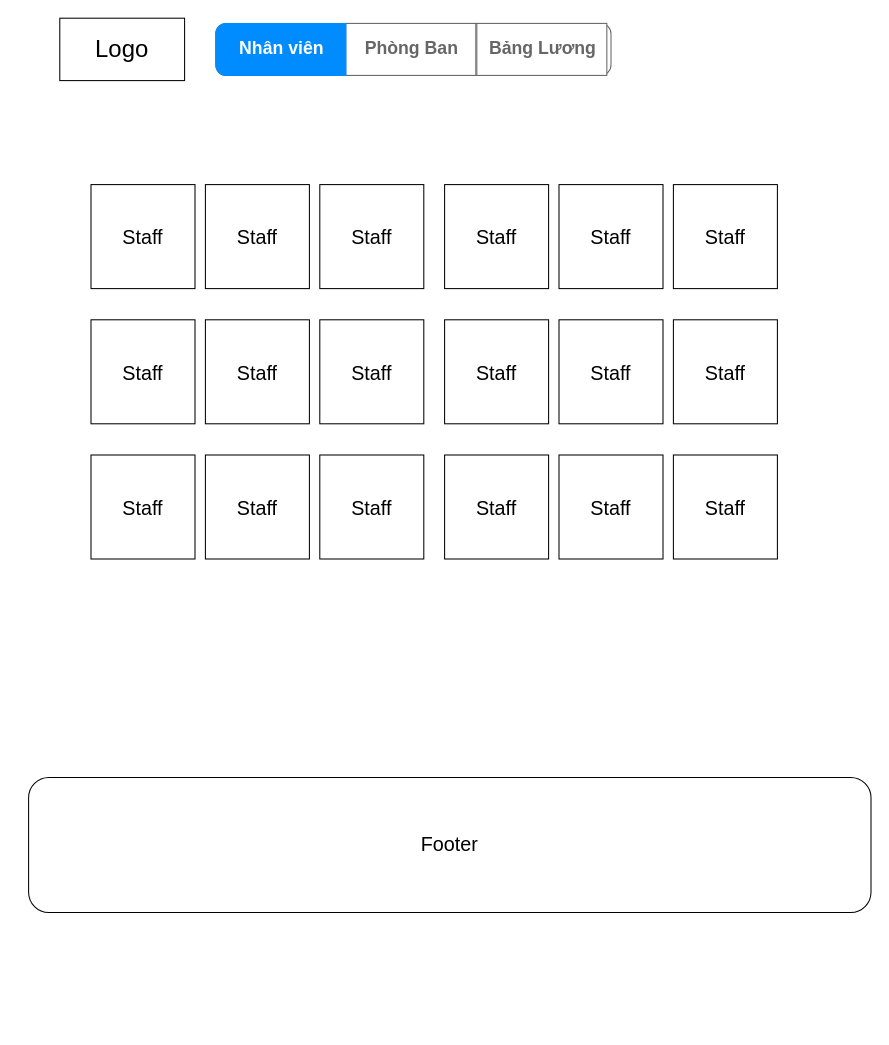
Earlier version of the draw.io diagram page "Trang chủ" (1 of 4) of ASM2.drawio (sonth38/FUNiXReactJSASM). Source tidied: cells renumbered, new cells numbered last; positions are measured from the earlier drawing's top-left corner, leaving out a move shared by most shapes. Both pictures are drawn from the tidied source at 104%, with x=0, y=0 at pixel (28, 18).
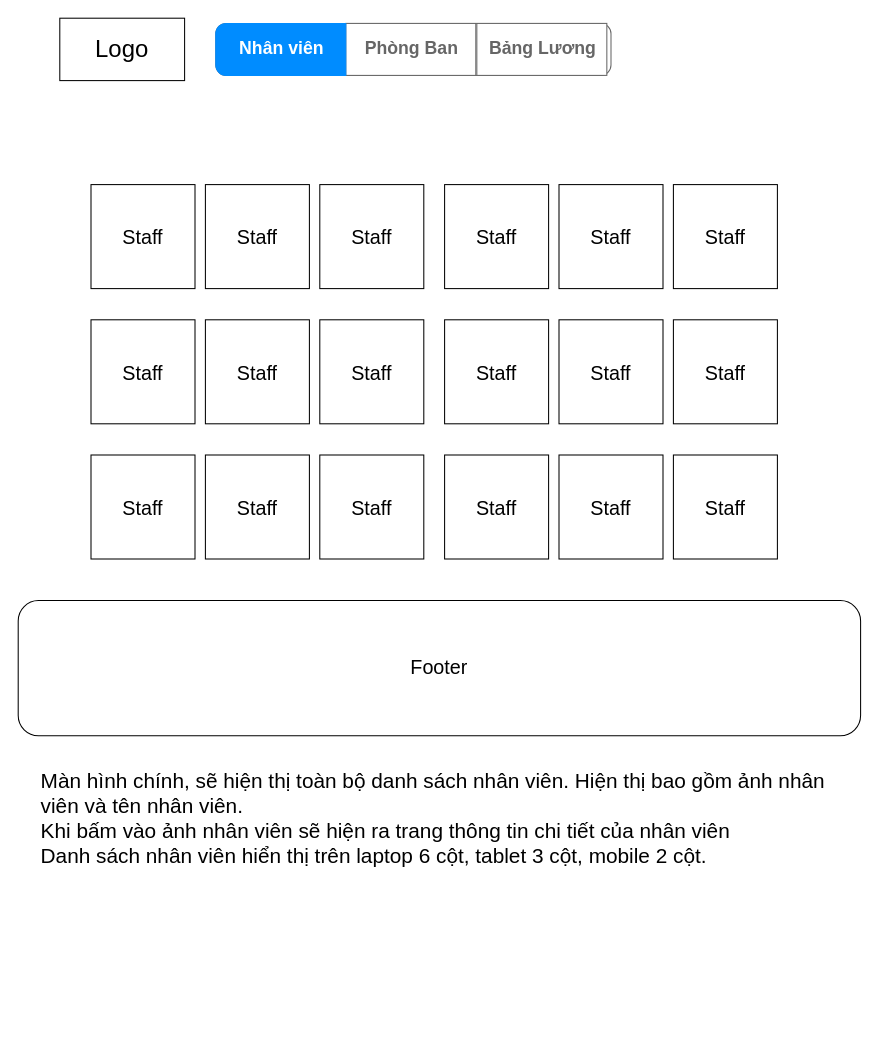
The same page after the edit.

The edit, as a diff of the source:
```diff
@@
     <mxCell id="25" value="Footer" style="rounded=1;whiteSpace=wrap;html=1;fontSize=19;" parent="1" vertex="1">
-      <mxGeometry y="730" width="810" height="130" as="geometry" />
+      <mxGeometry x="-10" y="560" width="810" height="130" as="geometry" />
     </mxCell>
+    <mxCell id="26" value="&lt;font&gt;&lt;span style=&quot;font-size: 20px&quot;&gt;Màn hình chính, sẽ hiện thị toàn bộ danh sách nhân viên. Hiện thị bao gồm ảnh nhân viên và tên nhân viên.&lt;/span&gt;&lt;br&gt;&lt;span style=&quot;font-size: 20px&quot;&gt;Khi bấm vào ảnh nhân viên sẽ hiện ra trang thông tin chi tiết của nhân viên&lt;/span&gt;&lt;br&gt;&lt;span style=&quot;font-size: 20px&quot;&gt;Danh sách nhân viên hiển thị trên laptop 6 cột, tablet 3 cột, mobile 2 cột.&lt;/span&gt;&lt;br&gt;&lt;/font&gt;" style="text;spacingTop=-5;whiteSpace=wrap;html=1;align=left;fontSize=12;fontFamily=Helvetica;fillColor=none;strokeColor=none;" parent="1" vertex="1">
+      <mxGeometry x="10" y="720" width="780" height="250" as="geometry" />
+    </mxCell>
```
